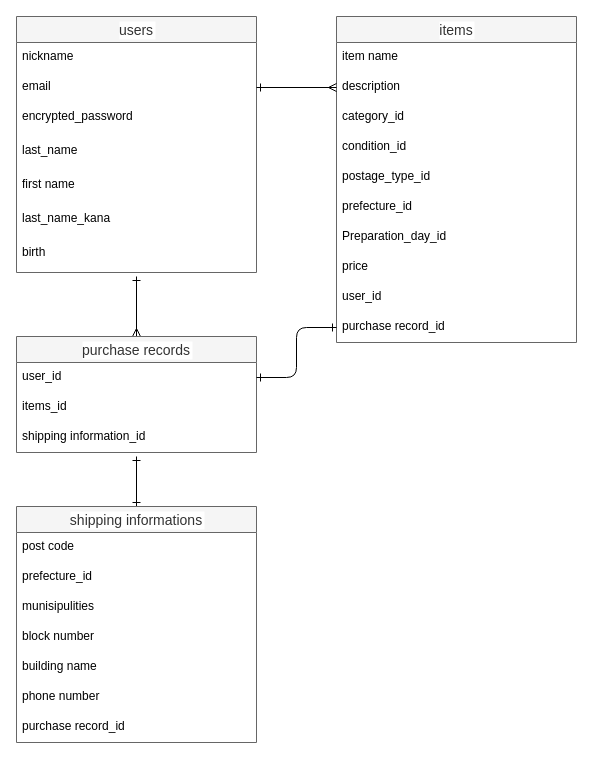
The draw.io diagram furima.dio in m-nkmr1205/furima-37679, before the edit. Source tidied: cells renumbered, new cells numbered last; positions are measured from the earlier drawing's top-left corner, leaving out a move shared by most shapes. Both pictures are drawn from the tidied source at 100%, with x=0, y=0 at pixel (16, 16).
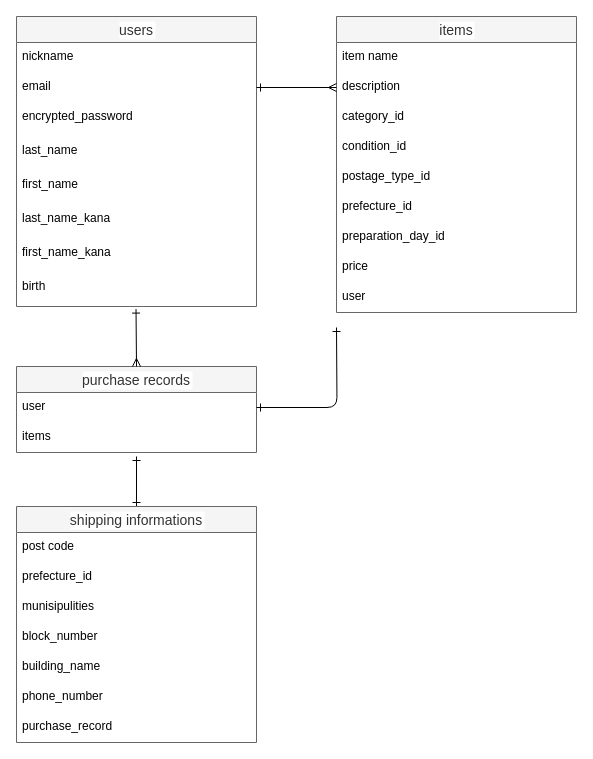
The same diagram, later.

Commit message (it also covers changes not shown here):
テーブル設計の修正３

The change refers to these unchanged cells:
```xml
<mxCell id="27" value="shipping informations" style="swimlane;fontStyle=0;horizontal=1;startSize=26;align=center;fontSize=14;fillColor=#f5f5f5;fontColor=#333333;strokeColor=#666666;labelBackgroundColor=#FFFFFF;" parent="1" vertex="1">
  <mxGeometry y="490" width="240" height="236" as="geometry" />
</mxCell>
```

What changed in the source:
```diff
@@
     <mxCell id="2" value="users" style="swimlane;fontStyle=0;horizontal=1;startSize=26;align=center;fontSize=14;fillColor=#f5f5f5;fontColor=#333333;strokeColor=#666666;labelBackgroundColor=#FFFFFF;" parent="1" vertex="1">
-      <mxGeometry width="240" height="256" as="geometry" />
+      <mxGeometry width="240" height="290" as="geometry" />
     </mxCell>
@@
-    <mxCell id="7" value="first name" style="text;strokeColor=none;fillColor=none;spacingLeft=4;spacingRight=4;overflow=hidden;fontSize=12;" parent="2" vertex="1">
+    <mxCell id="7" value="first_name" style="text;strokeColor=none;fillColor=none;spacingLeft=4;spacingRight=4;overflow=hidden;fontSize=12;" parent="2" vertex="1">
       <mxGeometry y="154" width="240" height="34" as="geometry" />
     </mxCell>
+    <mxCell id="37" value="last_name_kana" style="text;strokeColor=none;fillColor=none;spacingLeft=4;spacingRight=4;overflow=hidden;fontSize=12;" parent="2" vertex="1">
+      <mxGeometry y="188" width="240" height="34" as="geometry" />
+    </mxCell>
-    <mxCell id="8" value="last_name_kana" style="text;strokeColor=none;fillColor=none;spacingLeft=4;spacingRight=4;overflow=hidden;fontSize=12;" parent="2" vertex="1">
-      <mxGeometry y="188" width="240" height="34" as="geometry" />
+    <mxCell id="8" value="first_name_kana" style="text;strokeColor=none;fillColor=none;spacingLeft=4;spacingRight=4;overflow=hidden;fontSize=12;" parent="2" vertex="1">
+      <mxGeometry y="222" width="240" height="34" as="geometry" />
     </mxCell>
     <mxCell id="9" value="birth" style="text;strokeColor=none;fillColor=none;spacingLeft=4;spacingRight=4;overflow=hidden;points=[[0,0.5],[1,0.5]];portConstraint=eastwest;fontSize=12;" parent="2" vertex="1">
-      <mxGeometry y="222" width="240" height="34" as="geometry" />
+      <mxGeometry y="256" width="240" height="34" as="geometry" />
     </mxCell>
     <mxCell id="10" value="items" style="swimlane;fontStyle=0;horizontal=1;startSize=26;align=center;fontSize=14;fillColor=#f5f5f5;fontColor=#333333;strokeColor=#666666;labelBackgroundColor=#FFFFFF;labelBorderColor=none;" parent="1" vertex="1">
-      <mxGeometry x="320" width="240" height="326" as="geometry" />
+      <mxGeometry x="320" width="240" height="296" as="geometry" />
     </mxCell>
@@
-    <mxCell id="17" value="Preparation_day_id" style="text;strokeColor=none;fillColor=none;spacingLeft=4;spacingRight=4;overflow=hidden;fontSize=12;" parent="10" vertex="1">
+    <mxCell id="17" value="preparation_day_id" style="text;strokeColor=none;fillColor=none;spacingLeft=4;spacingRight=4;overflow=hidden;fontSize=12;" parent="10" vertex="1">
       <mxGeometry y="206" width="240" height="30" as="geometry" />
     </mxCell>
@@
-    <mxCell id="19" value="user_id" style="text;strokeColor=none;fillColor=none;spacingLeft=4;spacingRight=4;overflow=hidden;fontSize=12;" parent="10" vertex="1">
+    <mxCell id="19" value="user" style="text;strokeColor=none;fillColor=none;spacingLeft=4;spacingRight=4;overflow=hidden;fontSize=12;" parent="10" vertex="1">
       <mxGeometry y="266" width="240" height="30" as="geometry" />
     </mxCell>
-    <mxCell id="20" value="purchase record_id" style="text;strokeColor=none;fillColor=none;spacingLeft=4;spacingRight=4;overflow=hidden;points=[[0,0.5],[1,0.5]];portConstraint=eastwest;fontSize=12;" parent="10" vertex="1">
-      <mxGeometry y="296" width="240" height="30" as="geometry" />
-    </mxCell>
-    <mxCell id="21" style="edgeStyle=none;jumpSize=6;html=1;startArrow=ERmany;startFill=0;endArrow=ERone;endFill=0;targetPerimeterSpacing=0;strokeWidth=1;" parent="1" edge="1">
-      <mxGeometry relative="1" as="geometry">
-        <mxPoint x="120" y="320" as="sourcePoint" />
-        <mxPoint x="120" y="260" as="targetPoint" />
-      </mxGeometry>
-    </mxCell>
     <mxCell id="22" value="purchase records" style="swimlane;fontStyle=0;horizontal=1;startSize=26;align=center;fontSize=14;fillColor=#f5f5f5;fontColor=#333333;strokeColor=#666666;labelBackgroundColor=#FFFFFF;" parent="1" vertex="1">
-      <mxGeometry y="320" width="240" height="116" as="geometry" />
+      <mxGeometry y="350" width="240" height="86" as="geometry" />
     </mxCell>
-    <mxCell id="23" value="user_id" style="text;strokeColor=none;fillColor=none;spacingLeft=4;spacingRight=4;overflow=hidden;points=[[0,0.5],[1,0.5]];portConstraint=eastwest;fontSize=12;" parent="22" vertex="1">
+    <mxCell id="23" value="user" style="text;strokeColor=none;fillColor=none;spacingLeft=4;spacingRight=4;overflow=hidden;points=[[0,0.5],[1,0.5]];portConstraint=eastwest;fontSize=12;" parent="22" vertex="1">
       <mxGeometry y="26" width="240" height="30" as="geometry" />
     </mxCell>
-    <mxCell id="24" value="items_id" style="text;strokeColor=none;fillColor=none;spacingLeft=4;spacingRight=4;overflow=hidden;fontSize=12;" parent="22" vertex="1">
+    <mxCell id="24" value="items" style="text;strokeColor=none;fillColor=none;spacingLeft=4;spacingRight=4;overflow=hidden;fontSize=12;" parent="22" vertex="1">
       <mxGeometry y="56" width="240" height="30" as="geometry" />
     </mxCell>
-    <mxCell id="25" value="shipping information_id" style="text;strokeColor=none;fillColor=none;spacingLeft=4;spacingRight=4;overflow=hidden;fontSize=12;" parent="22" vertex="1">
-      <mxGeometry y="86" width="240" height="30" as="geometry" />
-    </mxCell>
@@
-    <mxCell id="31" value="block number" style="text;strokeColor=none;fillColor=none;spacingLeft=4;spacingRight=4;overflow=hidden;fontSize=12;" parent="27" vertex="1">
+    <mxCell id="31" value="block_number" style="text;strokeColor=none;fillColor=none;spacingLeft=4;spacingRight=4;overflow=hidden;fontSize=12;" parent="27" vertex="1">
       <mxGeometry y="116" width="240" height="30" as="geometry" />
     </mxCell>
-    <mxCell id="32" value="building name" style="text;strokeColor=none;fillColor=none;spacingLeft=4;spacingRight=4;overflow=hidden;fontSize=12;" parent="27" vertex="1">
+    <mxCell id="32" value="building_name" style="text;strokeColor=none;fillColor=none;spacingLeft=4;spacingRight=4;overflow=hidden;fontSize=12;" parent="27" vertex="1">
       <mxGeometry y="146" width="240" height="30" as="geometry" />
     </mxCell>
-    <mxCell id="33" value="phone number" style="text;strokeColor=none;fillColor=none;spacingLeft=4;spacingRight=4;overflow=hidden;fontSize=12;" parent="27" vertex="1">
+    <mxCell id="33" value="phone_number" style="text;strokeColor=none;fillColor=none;spacingLeft=4;spacingRight=4;overflow=hidden;fontSize=12;" parent="27" vertex="1">
       <mxGeometry y="176" width="240" height="30" as="geometry" />
     </mxCell>
-    <mxCell id="34" value="purchase record_id" style="text;strokeColor=none;fillColor=none;spacingLeft=4;spacingRight=4;overflow=hidden;fontSize=12;" parent="27" vertex="1">
+    <mxCell id="34" value="purchase_record" style="text;strokeColor=none;fillColor=none;spacingLeft=4;spacingRight=4;overflow=hidden;fontSize=12;" parent="27" vertex="1">
       <mxGeometry y="206" width="240" height="30" as="geometry" />
     </mxCell>
@@
-    <mxCell id="36" style="edgeStyle=orthogonalEdgeStyle;html=1;exitX=1;exitY=0.5;exitDx=0;exitDy=0;entryX=0;entryY=0.5;entryDx=0;entryDy=0;fontColor=#FFFFFF;startArrow=ERone;startFill=0;endArrow=ERone;endFill=0;" parent="1" edge="1" source="23" target="20">
-      <mxGeometry relative="1" as="geometry" />
+    <mxCell id="36" style="edgeStyle=orthogonalEdgeStyle;html=1;exitX=1;exitY=0.5;exitDx=0;exitDy=0;entryX=0;entryY=0.5;entryDx=0;entryDy=0;fontColor=#FFFFFF;startArrow=ERone;startFill=0;endArrow=ERone;endFill=0;" parent="1" edge="1" source="23">
+      <mxGeometry relative="1" as="geometry">
+        <mxPoint x="320" y="311" as="targetPoint" />
+      </mxGeometry>
     </mxCell>
+    <mxCell id="21" style="edgeStyle=none;jumpSize=6;html=1;startArrow=ERmany;startFill=0;endArrow=ERone;endFill=0;targetPerimeterSpacing=0;strokeWidth=1;entryX=0.498;entryY=1.076;entryDx=0;entryDy=0;entryPerimeter=0;exitX=0.5;exitY=0;exitDx=0;exitDy=0;" parent="1" edge="1" source="22" target="9">
+      <mxGeometry relative="1" as="geometry" />
+    </mxCell>
```
